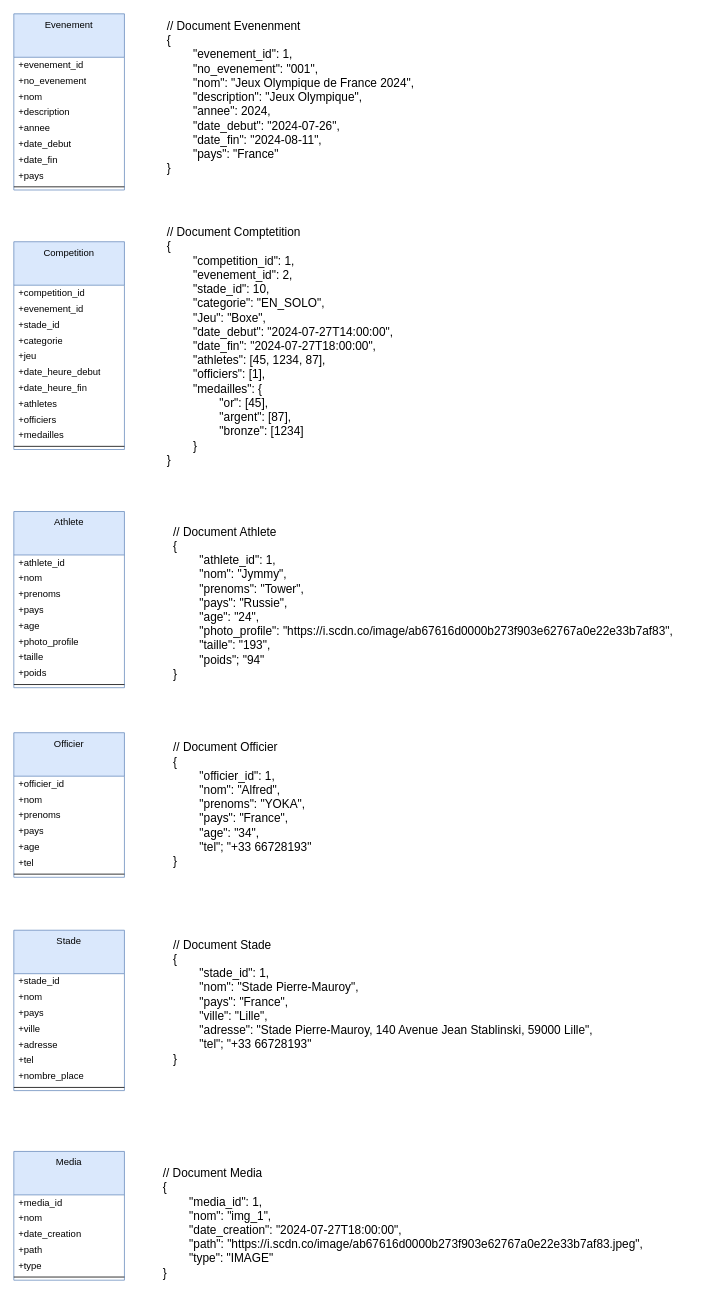
The draw.io diagram nosql.drawio in Kaji17/Diagramme-UML, before the edit. Source tidied: cells renumbered, new cells numbered last; positions are measured from the earlier drawing's top-left corner, leaving out a move shared by most shapes. Both pictures are drawn from the tidied source at 79%, with x=0, y=0 at pixel (13, 13).
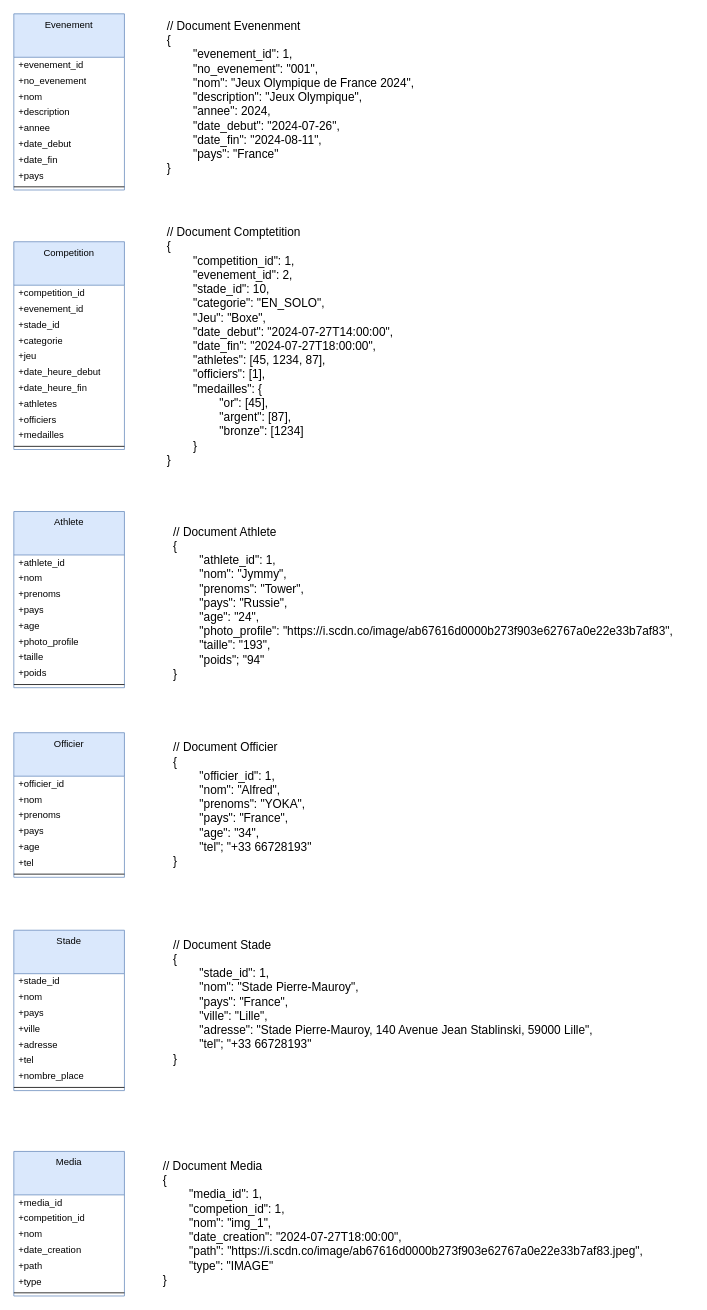
After the change.

Commit message (it also covers changes not shown here):
Mettre à jour nosql.drawio

Diff of the diagram source:
```diff
@@
     <mxCell id="53" value="Media" style="swimlane;fontStyle=0;align=center;verticalAlign=top;horizontal=1;startSize=55;html=1;whiteSpace=wrap;fillColor=#dae8fc;strokeColor=#6c8ebf;" parent="1" vertex="1">
-      <mxGeometry y="1440" width="140" height="163" as="geometry" />
+      <mxGeometry y="1440" width="140" height="183" as="geometry" />
     </mxCell>
@@
+    <mxCell id="64" value="+competition_id" style="text;html=1;strokeColor=none;fillColor=none;align=left;verticalAlign=middle;spacingLeft=4;spacingRight=4;overflow=hidden;whiteSpace=wrap;" parent="53" vertex="1">
+      <mxGeometry y="75" width="140" height="20" as="geometry" />
+    </mxCell>
     <mxCell id="55" value="+nom" style="text;html=1;strokeColor=none;fillColor=none;align=left;verticalAlign=middle;spacingLeft=4;spacingRight=4;overflow=hidden;whiteSpace=wrap;" parent="53" vertex="1">
-      <mxGeometry y="75" width="140" height="20" as="geometry" />
+      <mxGeometry y="95" width="140" height="20" as="geometry" />
     </mxCell>
     <mxCell id="56" value="+date_creation" style="text;html=1;strokeColor=none;fillColor=none;align=left;verticalAlign=middle;spacingLeft=4;spacingRight=4;overflow=hidden;whiteSpace=wrap;" parent="53" vertex="1">
-      <mxGeometry y="95" width="140" height="20" as="geometry" />
+      <mxGeometry y="115" width="140" height="20" as="geometry" />
     </mxCell>
     <mxCell id="57" value="+path" style="text;html=1;strokeColor=none;fillColor=none;align=left;verticalAlign=middle;spacingLeft=4;spacingRight=4;overflow=hidden;whiteSpace=wrap;" parent="53" vertex="1">
-      <mxGeometry y="115" width="140" height="20" as="geometry" />
+      <mxGeometry y="135" width="140" height="20" as="geometry" />
     </mxCell>
     <mxCell id="58" value="+type" style="text;html=1;strokeColor=none;fillColor=none;align=left;verticalAlign=middle;spacingLeft=4;spacingRight=4;overflow=hidden;whiteSpace=wrap;" parent="53" vertex="1">
-      <mxGeometry y="135" width="140" height="20" as="geometry" />
+      <mxGeometry y="155" width="140" height="20" as="geometry" />
     </mxCell>
     <mxCell id="59" style="line;strokeWidth=1;fillColor=none;align=left;verticalAlign=middle;spacingTop=-1;spacingLeft=3;spacingRight=3;labelPosition=right;" parent="53" vertex="1">
-      <mxGeometry y="155" width="140" height="8" as="geometry" />
+      <mxGeometry y="175" width="140" height="8" as="geometry" />
     </mxCell>
@@
-    <mxCell id="63" value="&lt;div style=&quot;font-size: 15px;&quot;&gt;&lt;span style=&quot;background-color: initial;&quot;&gt;&lt;font style=&quot;font-size: 15px;&quot;&gt;// Document Media&lt;/font&gt;&lt;/span&gt;&lt;/div&gt;&lt;div style=&quot;font-size: 15px;&quot;&gt;&lt;span style=&quot;background-color: initial;&quot;&gt;&lt;font style=&quot;font-size: 15px;&quot;&gt;{&lt;/font&gt;&lt;/span&gt;&lt;/div&gt;&lt;div style=&quot;font-size: 15px;&quot;&gt;&lt;font style=&quot;font-size: 15px;&quot;&gt;&lt;span style=&quot;background-color: initial;&quot; class=&quot;hljs-attr&quot;&gt;&lt;span style=&quot;white-space-collapse: preserve;&quot;&gt;&#9;&lt;/span&gt;&quot;media&lt;/span&gt;&lt;span style=&quot;background-color: initial;&quot; class=&quot;hljs-attr&quot;&gt;_id&quot;&lt;/span&gt;&lt;span style=&quot;background-color: initial;&quot; class=&quot;hljs-punctuation&quot;&gt;:&lt;/span&gt;&lt;span style=&quot;background-color: initial;&quot;&gt;&amp;nbsp;1&lt;/span&gt;&lt;span style=&quot;background-color: initial;&quot; class=&quot;hljs-punctuation&quot;&gt;,&lt;/span&gt;&lt;/font&gt;&lt;/div&gt;&lt;font style=&quot;font-size: 15px;&quot;&gt;&lt;span style=&quot;&quot; class=&quot;hljs-attr&quot;&gt;&lt;/span&gt;&lt;/font&gt;&lt;div style=&quot;font-size: 15px;&quot;&gt;&lt;font style=&quot;font-size: 15px;&quot;&gt;&lt;span style=&quot;background-color: initial; white-space-collapse: preserve;&quot;&gt;&#9;&lt;/span&gt;&lt;span style=&quot;background-color: initial;&quot;&gt;&quot;nom&quot;: &quot;&lt;/span&gt;img_1&lt;span style=&quot;background-color: initial;&quot;&gt;&quot;,&lt;/span&gt;&lt;/font&gt;&lt;/div&gt;&lt;div style=&quot;font-size: 15px;&quot;&gt;&lt;font style=&quot;font-size: 15px;&quot;&gt;&lt;span style=&quot;background-color: initial;&quot; class=&quot;hljs-attr&quot;&gt;&lt;span style=&quot;white-space-collapse: preserve;&quot;&gt;&#9;&lt;/span&gt;&quot;date_creation&quot;&lt;/span&gt;&lt;span style=&quot;background-color: initial;&quot; class=&quot;hljs-punctuation&quot;&gt;:&lt;/span&gt;&lt;span style=&quot;background-color: initial;&quot;&gt; &lt;/span&gt;&lt;span style=&quot;background-color: initial;&quot; class=&quot;hljs-number&quot;&gt;&quot;2024-07-27T18:00:00&quot;&lt;/span&gt;&lt;span style=&quot;background-color: initial;&quot; class=&quot;hljs-punctuation&quot;&gt;,&lt;/span&gt;&lt;/font&gt;&lt;/div&gt;&lt;div style=&quot;font-size: 15px;&quot;&gt;&lt;span style=&quot;background-color: initial;&quot; class=&quot;hljs-punctuation&quot;&gt;&lt;font style=&quot;font-size: 15px;&quot;&gt;&lt;span style=&quot;white-space-collapse: preserve;&quot;&gt;&#9;&lt;/span&gt;&quot;path&quot;: &quot;https://i.scdn.co/image/ab67616d0000b273f903e62767a0e22e33b7af83.jpeg&quot;,&lt;/font&gt;&lt;/span&gt;&lt;/div&gt;&lt;div style=&quot;font-size: 15px;&quot;&gt;&lt;span style=&quot;background-color: initial;&quot; class=&quot;hljs-punctuation&quot;&gt;&lt;font style=&quot;font-size: 15px;&quot;&gt;&lt;span style=&quot;white-space: pre;&quot;&gt;&#9;&lt;/span&gt;&quot;type&quot;: &quot;IMAGE&lt;span style=&quot;background-color: initial;&quot;&gt;&quot;&lt;/span&gt;&lt;br&gt;&lt;/font&gt;&lt;/span&gt;&lt;/div&gt;&lt;div style=&quot;font-size: 15px;&quot;&gt;&lt;span style=&quot;background-color: initial;&quot;&gt;}&lt;/span&gt;&lt;/div&gt;" style="text;html=1;align=left;verticalAlign=middle;strokeColor=none;fillColor=none;" parent="1" vertex="1">
-      <mxGeometry x="187" y="1450" width="630" height="160" as="geometry" />
+    <mxCell id="63" value="&lt;div style=&quot;font-size: 15px;&quot;&gt;&lt;span style=&quot;background-color: initial;&quot;&gt;&lt;font style=&quot;font-size: 15px;&quot;&gt;// Document Media&lt;/font&gt;&lt;/span&gt;&lt;/div&gt;&lt;div style=&quot;font-size: 15px;&quot;&gt;&lt;span style=&quot;background-color: initial;&quot;&gt;&lt;font style=&quot;font-size: 15px;&quot;&gt;{&lt;/font&gt;&lt;/span&gt;&lt;/div&gt;&lt;div style=&quot;font-size: 15px;&quot;&gt;&lt;font style=&quot;font-size: 15px;&quot;&gt;&lt;span style=&quot;background-color: initial;&quot; class=&quot;hljs-attr&quot;&gt;&lt;span style=&quot;white-space-collapse: preserve;&quot;&gt;&#9;&lt;/span&gt;&quot;media&lt;/span&gt;&lt;span style=&quot;background-color: initial;&quot; class=&quot;hljs-attr&quot;&gt;_id&quot;&lt;/span&gt;&lt;span style=&quot;background-color: initial;&quot; class=&quot;hljs-punctuation&quot;&gt;:&lt;/span&gt;&lt;span style=&quot;background-color: initial;&quot;&gt;&amp;nbsp;1&lt;/span&gt;&lt;span style=&quot;background-color: initial;&quot; class=&quot;hljs-punctuation&quot;&gt;,&lt;/span&gt;&lt;/font&gt;&lt;/div&gt;&lt;div style=&quot;font-size: 15px;&quot;&gt;&lt;font style=&quot;font-size: 15px;&quot;&gt;&lt;span style=&quot;background-color: initial;&quot; class=&quot;hljs-punctuation&quot;&gt;&lt;div&gt;&lt;span style=&quot;background-color: initial;&quot; class=&quot;hljs-attr&quot;&gt;&lt;span style=&quot;white-space-collapse: preserve;&quot;&gt;&#9;&lt;/span&gt;&quot;competion&lt;/span&gt;&lt;span style=&quot;background-color: initial;&quot; class=&quot;hljs-attr&quot;&gt;_id&quot;&lt;/span&gt;&lt;span style=&quot;background-color: initial;&quot; class=&quot;hljs-punctuation&quot;&gt;:&lt;/span&gt;&lt;span style=&quot;background-color: initial;&quot;&gt;&amp;nbsp;1&lt;/span&gt;&lt;span style=&quot;background-color: initial;&quot; class=&quot;hljs-punctuation&quot;&gt;,&lt;/span&gt;&lt;/div&gt;&lt;span class=&quot;hljs-attr&quot;&gt;&lt;/span&gt;&lt;/span&gt;&lt;/font&gt;&lt;/div&gt;&lt;font style=&quot;font-size: 15px;&quot;&gt;&lt;span style=&quot;&quot; class=&quot;hljs-attr&quot;&gt;&lt;/span&gt;&lt;/font&gt;&lt;div style=&quot;font-size: 15px;&quot;&gt;&lt;font style=&quot;font-size: 15px;&quot;&gt;&lt;span style=&quot;background-color: initial; white-space-collapse: preserve;&quot;&gt;&#9;&lt;/span&gt;&lt;span style=&quot;background-color: initial;&quot;&gt;&quot;nom&quot;: &quot;&lt;/span&gt;img_1&lt;span style=&quot;background-color: initial;&quot;&gt;&quot;,&lt;/span&gt;&lt;/font&gt;&lt;/div&gt;&lt;div style=&quot;font-size: 15px;&quot;&gt;&lt;font style=&quot;font-size: 15px;&quot;&gt;&lt;span style=&quot;background-color: initial;&quot; class=&quot;hljs-attr&quot;&gt;&lt;span style=&quot;white-space-collapse: preserve;&quot;&gt;&#9;&lt;/span&gt;&quot;date_creation&quot;&lt;/span&gt;&lt;span style=&quot;background-color: initial;&quot; class=&quot;hljs-punctuation&quot;&gt;:&lt;/span&gt;&lt;span style=&quot;background-color: initial;&quot;&gt; &lt;/span&gt;&lt;span style=&quot;background-color: initial;&quot; class=&quot;hljs-number&quot;&gt;&quot;2024-07-27T18:00:00&quot;&lt;/span&gt;&lt;span style=&quot;background-color: initial;&quot; class=&quot;hljs-punctuation&quot;&gt;,&lt;/span&gt;&lt;/font&gt;&lt;/div&gt;&lt;div style=&quot;font-size: 15px;&quot;&gt;&lt;span style=&quot;background-color: initial;&quot; class=&quot;hljs-punctuation&quot;&gt;&lt;font style=&quot;font-size: 15px;&quot;&gt;&lt;span style=&quot;white-space-collapse: preserve;&quot;&gt;&#9;&lt;/span&gt;&quot;path&quot;: &quot;https://i.scdn.co/image/ab67616d0000b273f903e62767a0e22e33b7af83.jpeg&quot;,&lt;/font&gt;&lt;/span&gt;&lt;/div&gt;&lt;div style=&quot;font-size: 15px;&quot;&gt;&lt;span style=&quot;background-color: initial;&quot; class=&quot;hljs-punctuation&quot;&gt;&lt;font style=&quot;font-size: 15px;&quot;&gt;&lt;span style=&quot;white-space: pre;&quot;&gt;&#9;&lt;/span&gt;&quot;type&quot;: &quot;IMAGE&lt;span style=&quot;background-color: initial;&quot;&gt;&quot;&lt;/span&gt;&lt;br&gt;&lt;/font&gt;&lt;/span&gt;&lt;/div&gt;&lt;div style=&quot;font-size: 15px;&quot;&gt;&lt;span style=&quot;background-color: initial;&quot;&gt;}&lt;/span&gt;&lt;/div&gt;" style="text;html=1;align=left;verticalAlign=middle;strokeColor=none;fillColor=none;" parent="1" vertex="1">
+      <mxGeometry x="187" y="1443" width="626" height="174" as="geometry" />
     </mxCell>
```
